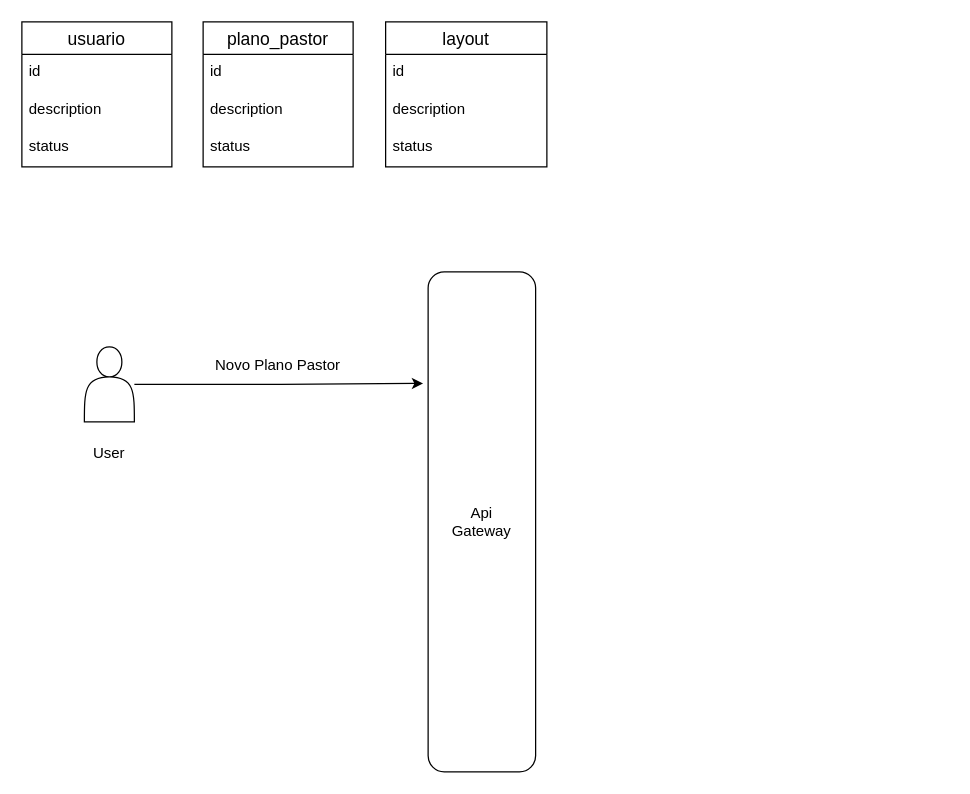
Before: idea/idea.drawio in DiegoCarrilho/PlanoPastor, a draw.io diagram. Source tidied: cells renumbered, new cells numbered last; positions are measured from the earlier drawing's top-left corner, leaving out a move shared by most shapes. Both pictures are drawn from the tidied source at 125%, with x=0, y=0 at pixel (21, 21).
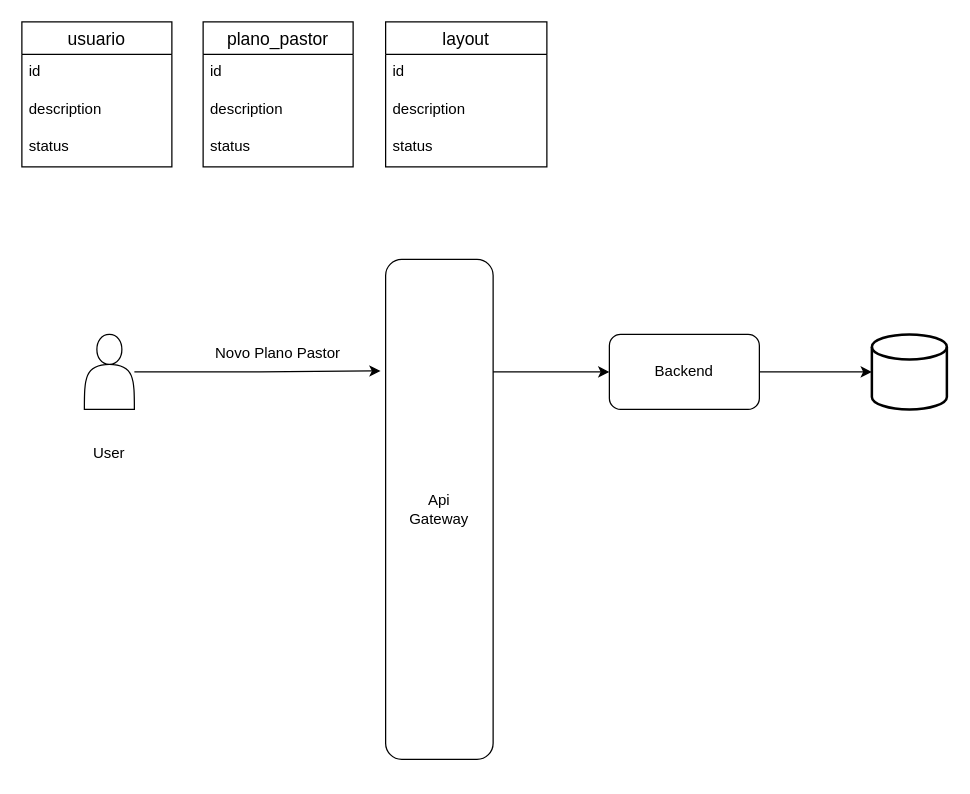
The same page after the edit.

Diff of the diagram source:
```diff
@@
     <mxCell id="2" value="Api&lt;div&gt;Gateway&lt;/div&gt;" style="rounded=1;whiteSpace=wrap;html=1;" parent="1" vertex="1">
-      <mxGeometry x="325" y="200" width="86" height="400" as="geometry" />
+      <mxGeometry x="291" y="190" width="86" height="400" as="geometry" />
     </mxCell>
     <mxCell id="3" style="shape=actor;whiteSpace=wrap;html=1;" parent="1" vertex="1">
-      <mxGeometry x="50" y="260" width="40" height="60" as="geometry" />
+      <mxGeometry x="50" y="250" width="40" height="60" as="geometry" />
     </mxCell>
@@
     <mxCell id="6" value="Novo Plano Pastor" style="text;html=1;align=center;verticalAlign=middle;whiteSpace=wrap;rounded=0;" parent="1" vertex="1">
-      <mxGeometry x="135" y="260" width="140" height="30" as="geometry" />
+      <mxGeometry x="135" y="250" width="140" height="30" as="geometry" />
     </mxCell>
@@
+    <mxCell id="19" value="Backend" style="rounded=1;whiteSpace=wrap;html=1;" parent="1" vertex="1">
+      <mxGeometry x="470" y="250" width="120" height="60" as="geometry" />
+    </mxCell>
+    <mxCell id="20" style="strokeWidth=2;html=1;shape=mxgraph.flowchart.database;whiteSpace=wrap;" parent="1" vertex="1">
+      <mxGeometry x="680" y="250" width="60" height="60" as="geometry" />
+    </mxCell>
+    <mxCell id="21" style="edgeStyle=orthogonalEdgeStyle;rounded=0;jettySize=auto;html=1;entryX=1;entryY=0.225;entryDx=0;entryDy=0;entryPerimeter=0;startArrow=classic;startFill=1;endArrow=none;endFill=0;" parent="1" edge="1" source="19" target="2">
+      <mxGeometry relative="1" as="geometry" />
+    </mxCell>
+    <mxCell id="22" style="edgeStyle=orthogonalEdgeStyle;rounded=0;jettySize=auto;html=1;exitX=1;exitY=0.5;exitDx=0;exitDy=0;entryX=0;entryY=0.5;entryDx=0;entryDy=0;entryPerimeter=0;" parent="1" edge="1" source="19" target="20">
+      <mxGeometry relative="1" as="geometry" />
+    </mxCell>
```
